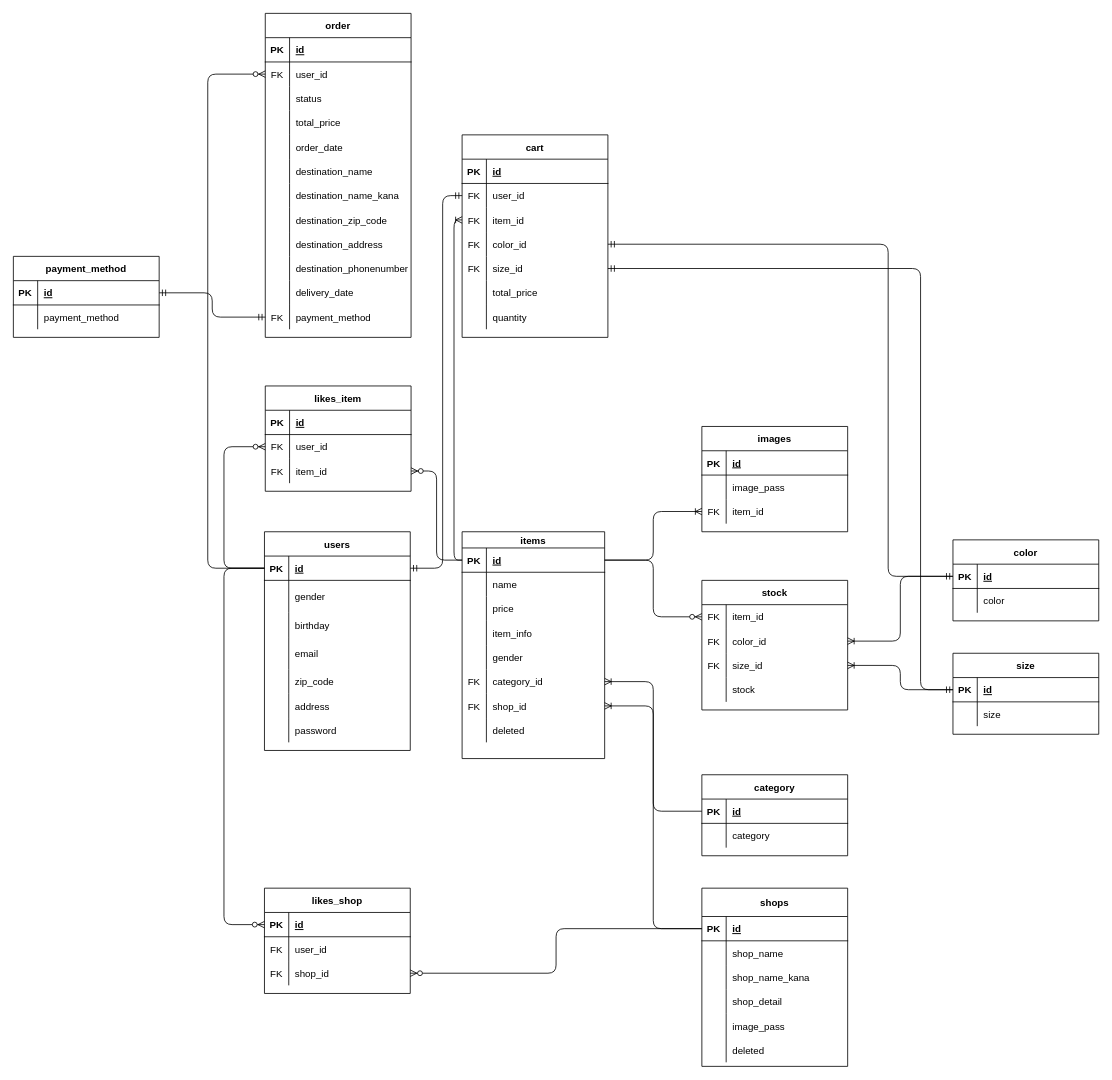
Above: design/newmozo.drawio in daimatsunaga/mozotown (draw.io), before the change. Source tidied: cells renumbered, new cells numbered last; positions are measured from the earlier drawing's top-left corner, leaving out a move shared by most shapes. Both pictures are drawn from the tidied source at 81%, with x=0, y=0 at pixel (13, 13).
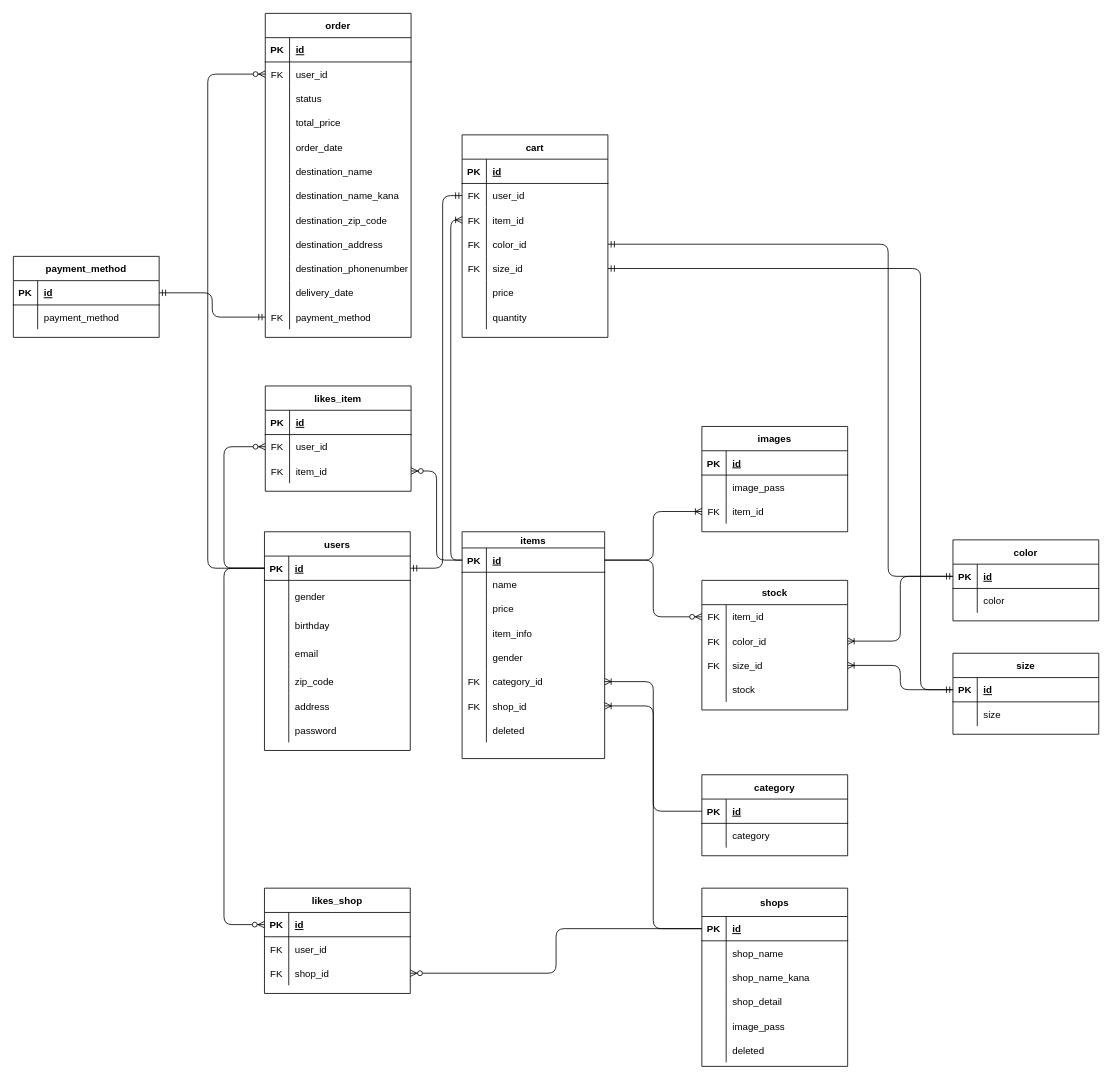
The same diagram, later.

Unchanged cells that the change refers to:
```xml
<mxCell id="25" style="shape=partialRectangle;fillColor=none;top=0;left=0;bottom=1;right=0;points=[[0,0.5],[1,0.5]];portConstraint=eastwest;" parent="24" vertex="1">
  <mxGeometry y="20" width="176" height="30" as="geometry" />
</mxCell>
<mxCell id="149" style="shape=partialRectangle;fillColor=none;top=0;left=0;bottom=0;right=0;points=[[0,0.5],[1,0.5]];portConstraint=eastwest;" parent="142" vertex="1">
  <mxGeometry y="90" width="180" height="30" as="geometry" />
</mxCell>
<mxCell id="158" style="shape=partialRectangle;fillColor=none;top=0;left=0;bottom=0;right=0;" parent="142" vertex="1">
  <mxGeometry y="180" width="180" height="30" as="geometry" />
</mxCell>
```

Diff of the diagram source:
```diff
@@
-    <mxCell id="160" value="total_price" style="shape=partialRectangle;fillColor=none;top=0;left=0;bottom=0;right=0;align=left;spacingLeft=6;overflow=hidden;" parent="158" vertex="1">
+    <mxCell id="160" value="price" style="shape=partialRectangle;fillColor=none;top=0;left=0;bottom=0;right=0;align=left;spacingLeft=6;overflow=hidden;" parent="158" vertex="1">
       <mxGeometry x="30" width="150" height="30" as="geometry" />
     </mxCell>
@@
     <mxCell id="213" style="edgeStyle=orthogonalEdgeStyle;fontSize=12;html=1;endArrow=ERoneToMany;exitX=0;exitY=0.5;exitDx=0;exitDy=0;entryX=0;entryY=0.5;entryDx=0;entryDy=0;" parent="1" edge="1" source="25" target="149">
-      <mxGeometry relative="1" as="geometry" />
+      <mxGeometry relative="1" as="geometry">
+        <Array as="points">
+          <mxPoint x="540" y="675" />
+          <mxPoint x="540" y="255" />
+        </Array>
+      </mxGeometry>
     </mxCell>
```
